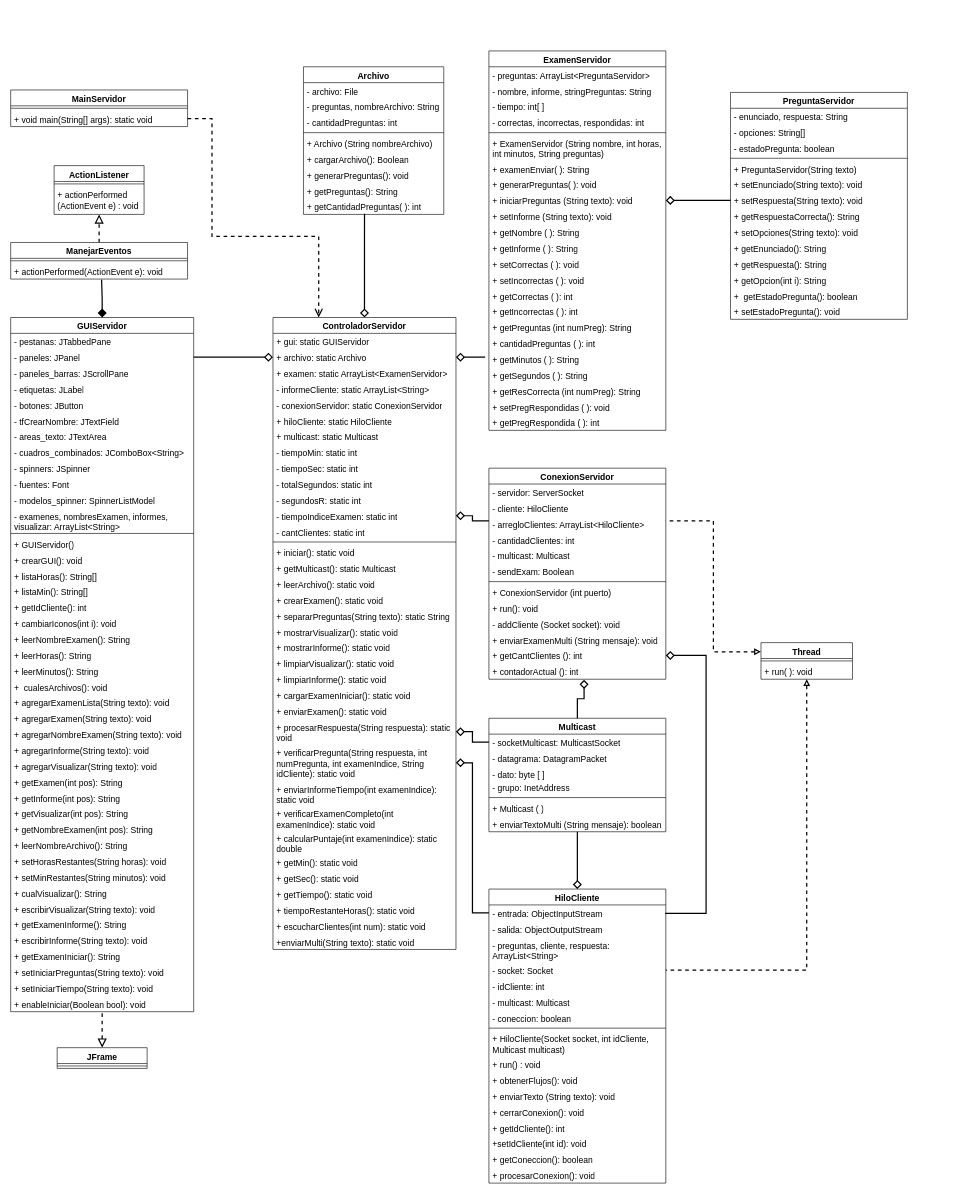
Above: Dragrama de Clases.drawio in AngieJoya99/Miniproyecto3Eventos (draw.io), before the change. Source tidied: cells renumbered, new cells numbered last; positions are measured from the earlier drawing's top-left corner, leaving out a move shared by most shapes. Both pictures are drawn from the tidied source at 61%, with x=0, y=0 at pixel (10, 51).
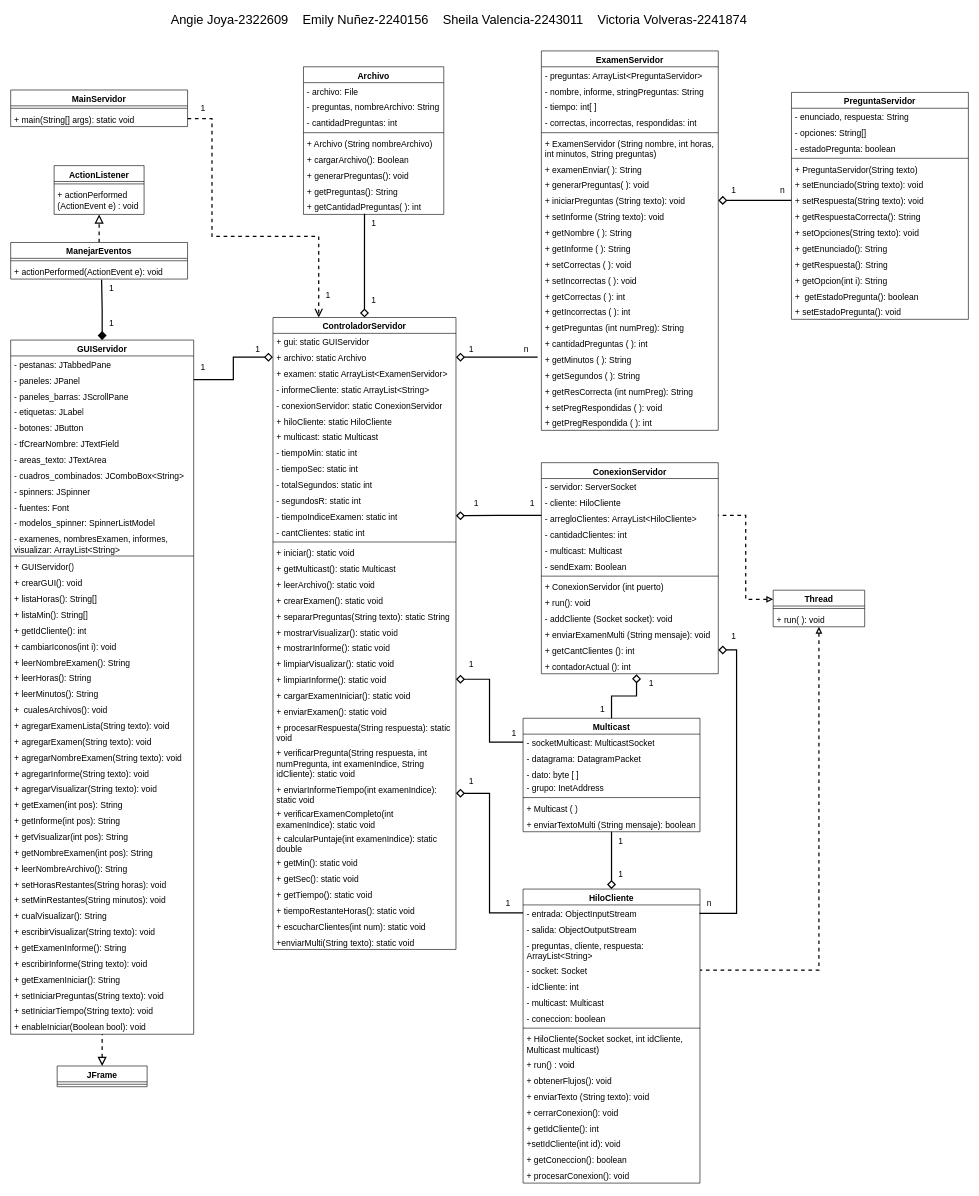
The same diagram, later.

The change refers to these unchanged cells:
```xml
<mxCell id="25" value="+ getCantClientes (): int" style="text;strokeColor=none;fillColor=none;align=left;verticalAlign=top;spacingLeft=4;spacingRight=4;overflow=hidden;points=[[0,0.5],[1,0.5]];portConstraint=eastwest;whiteSpace=wrap;html=1;fontSize=14;" parent="13" vertex="1">
  <mxGeometry y="294" width="290" height="26" as="geometry" />
</mxCell>
<mxCell id="53" value="- entrada: ObjectInputStream" style="text;strokeColor=none;fillColor=none;align=left;verticalAlign=top;spacingLeft=4;spacingRight=4;overflow=hidden;points=[[0,0.5],[1,0.5]];portConstraint=eastwest;whiteSpace=wrap;html=1;fontSize=14;" parent="52" vertex="1">
  <mxGeometry y="26" width="290" height="26" as="geometry" />
</mxCell>
<mxCell id="72" value="- socketMulticast: MulticastSocket" style="text;strokeColor=none;fillColor=none;align=left;verticalAlign=top;spacingLeft=4;spacingRight=4;overflow=hidden;points=[[0,0.5],[1,0.5]];portConstraint=eastwest;whiteSpace=wrap;html=1;fontSize=14;" parent="71" vertex="1">
  <mxGeometry y="26" width="290" height="26" as="geometry" />
</mxCell>
<mxCell id="121" value="+ limpiarInforme(): static void" style="text;strokeColor=none;fillColor=none;align=left;verticalAlign=top;spacingLeft=4;spacingRight=4;overflow=hidden;points=[[0,0.5],[1,0.5]];portConstraint=eastwest;whiteSpace=wrap;html=1;fontSize=14;" parent="98" vertex="1">
  <mxGeometry y="580" width="300" height="26" as="geometry" />
</mxCell>
<mxCell id="124" value="+ procesarRespuesta(String respuesta): static void" style="text;strokeColor=none;fillColor=none;align=left;verticalAlign=top;spacingLeft=4;spacingRight=4;overflow=hidden;points=[[0,0.5],[1,0.5]];portConstraint=eastwest;whiteSpace=wrap;html=1;fontSize=14;" parent="98" vertex="1">
  <mxGeometry y="658" width="300" height="42" as="geometry" />
</mxCell>
<mxCell id="125" value="+ verificarPregunta(String respuesta, int numPregunta, int examenIndice, String idCliente): static void" style="text;strokeColor=none;fillColor=none;align=left;verticalAlign=top;spacingLeft=4;spacingRight=4;overflow=hidden;points=[[0,0.5],[1,0.5]];portConstraint=eastwest;whiteSpace=wrap;html=1;fontSize=14;" parent="98" vertex="1">
  <mxGeometry y="700" width="300" height="60" as="geometry" />
</mxCell>
<mxCell id="126" value="+ enviarInformeTiempo(int examenIndice): static void" style="text;strokeColor=none;fillColor=none;align=left;verticalAlign=top;spacingLeft=4;spacingRight=4;overflow=hidden;points=[[0,0.5],[1,0.5]];portConstraint=eastwest;whiteSpace=wrap;html=1;fontSize=14;" parent="98" vertex="1">
  <mxGeometry y="760" width="300" height="40" as="geometry" />
</mxCell>
<mxCell id="135" value="MainServidor" style="swimlane;fontStyle=1;align=center;verticalAlign=top;horizontal=1;startSize=26;whiteSpace=wrap;html=1;fontSize=14;" parent="1" vertex="1">
  <mxGeometry y="64" width="290" height="60" as="geometry" />
</mxCell>
```

The edit, as a diff of the source:
```diff
@@
     <mxCell id="13" value="ConexionServidor" style="swimlane;fontStyle=1;align=center;verticalAlign=top;horizontal=1;startSize=26;whiteSpace=wrap;html=1;fontSize=14;" parent="1" vertex="1">
-      <mxGeometry x="784" y="684" width="290" height="346" as="geometry" />
+      <mxGeometry x="870" y="675" width="290" height="346" as="geometry" />
     </mxCell>
@@
     <mxCell id="27" value="ExamenServidor" style="swimlane;fontStyle=1;align=center;verticalAlign=top;horizontal=1;startSize=26;whiteSpace=wrap;html=1;fontSize=14;" parent="1" vertex="1">
-      <mxGeometry x="784" width="290" height="622" as="geometry" />
+      <mxGeometry x="870" width="290" height="622" as="geometry" />
     </mxCell>
@@
     <mxCell id="51" style="edgeStyle=orthogonalEdgeStyle;rounded=0;jettySize=auto;html=1;exitX=1;exitY=0.5;exitDx=0;exitDy=0;entryX=1;entryY=0.5;entryDx=0;entryDy=0;strokeWidth=2;endSize=10;endArrow=diamond;endFill=0;" parent="1" edge="1" source="53" target="25">
       <mxGeometry relative="1" as="geometry">
         <Array as="points">
-          <mxPoint x="1074" y="1414" />
-          <mxPoint x="1140" y="1414" />
-          <mxPoint x="1140" y="991" />
+          <mxPoint x="1130" y="1414" />
+          <mxPoint x="1190" y="1414" />
+          <mxPoint x="1190" y="982" />
         </Array>
       </mxGeometry>
     </mxCell>
     <mxCell id="52" value="HiloCliente" style="swimlane;fontStyle=1;align=center;verticalAlign=top;horizontal=1;startSize=26;whiteSpace=wrap;html=1;fontSize=14;" parent="1" vertex="1">
-      <mxGeometry x="784" y="1374" width="290" height="482" as="geometry" />
+      <mxGeometry x="840" y="1374" width="290" height="482" as="geometry" />
     </mxCell>
@@
     <mxCell id="71" value="Multicast" style="swimlane;fontStyle=1;align=center;verticalAlign=top;horizontal=1;startSize=26;whiteSpace=wrap;html=1;fontSize=14;" parent="1" vertex="1">
-      <mxGeometry x="784" y="1094" width="290" height="186" as="geometry" />
+      <mxGeometry x="840" y="1094" width="290" height="186" as="geometry" />
     </mxCell>
@@
     <mxCell id="79" value="PreguntaServidor" style="swimlane;fontStyle=1;align=center;verticalAlign=top;horizontal=1;startSize=26;whiteSpace=wrap;html=1;fontSize=14;" parent="1" vertex="1">
-      <mxGeometry x="1180" y="68" width="290" height="372" as="geometry" />
+      <mxGeometry x="1280" y="68" width="290" height="372" as="geometry" />
     </mxCell>
@@
-    <mxCell id="137" value="+ void main(String[] args): static void" style="text;strokeColor=none;fillColor=none;align=left;verticalAlign=top;spacingLeft=4;spacingRight=4;overflow=hidden;points=[[0,0.5],[1,0.5]];portConstraint=eastwest;whiteSpace=wrap;html=1;fontSize=14;" parent="135" vertex="1">
+    <mxCell id="137" value="+ main(String[] args): static void" style="text;strokeColor=none;fillColor=none;align=left;verticalAlign=top;spacingLeft=4;spacingRight=4;overflow=hidden;points=[[0,0.5],[1,0.5]];portConstraint=eastwest;whiteSpace=wrap;html=1;fontSize=14;" parent="135" vertex="1">
       <mxGeometry y="34" width="290" height="26" as="geometry" />
     </mxCell>
@@
     <mxCell id="140" value="Thread" style="swimlane;fontStyle=1;align=center;verticalAlign=top;horizontal=1;startSize=26;whiteSpace=wrap;html=1;fontSize=14;" parent="1" vertex="1">
-      <mxGeometry x="1230" y="970" width="150" height="60" as="geometry" />
+      <mxGeometry x="1250" y="884" width="150" height="60" as="geometry" />
     </mxCell>
@@
     <mxCell id="143" value="GUIServidor" style="swimlane;fontStyle=1;align=center;verticalAlign=top;horizontal=1;startSize=26;whiteSpace=wrap;html=1;fontSize=14;" parent="1" vertex="1">
-      <mxGeometry y="437" width="300" height="1138" as="geometry" />
+      <mxGeometry y="474" width="300" height="1138" as="geometry" />
     </mxCell>
@@
-    <mxCell id="191" style="edgeStyle=orthogonalEdgeStyle;rounded=0;jettySize=auto;html=1;exitX=0;exitY=0.5;exitDx=0;exitDy=0;entryX=1;entryY=0.5;entryDx=0;entryDy=0;endSize=10;strokeWidth=2;endArrow=diamond;endFill=0;" parent="1" edge="1" source="53" target="125">
+    <mxCell id="191" style="edgeStyle=orthogonalEdgeStyle;rounded=0;jettySize=auto;html=1;exitX=0;exitY=0.5;exitDx=0;exitDy=0;entryX=1;entryY=0.5;entryDx=0;entryDy=0;endSize=10;strokeWidth=2;endArrow=diamond;endFill=0;" parent="1" edge="1" source="53" target="126">
       <mxGeometry relative="1" as="geometry" />
     </mxCell>
@@
-    <mxCell id="194" style="edgeStyle=orthogonalEdgeStyle;rounded=0;jettySize=auto;html=1;exitX=0;exitY=0.5;exitDx=0;exitDy=0;entryX=1;entryY=0.5;entryDx=0;entryDy=0;endSize=10;strokeWidth=2;endArrow=diamond;endFill=0;" parent="1" edge="1" source="72" target="124">
+    <mxCell id="194" style="edgeStyle=orthogonalEdgeStyle;rounded=0;jettySize=auto;html=1;exitX=0;exitY=0.5;exitDx=0;exitDy=0;entryX=1;entryY=0.5;entryDx=0;entryDy=0;endSize=10;strokeWidth=2;endArrow=diamond;endFill=0;" parent="1" edge="1" source="72" target="121">
       <mxGeometry relative="1" as="geometry" />
     </mxCell>
@@
     <mxCell id="200" value="JFrame " style="swimlane;fontStyle=1;align=center;verticalAlign=top;horizontal=1;startSize=26;whiteSpace=wrap;html=1;fontSize=14;" parent="1" vertex="1">
-      <mxGeometry x="76.2" y="1634" width="147.5" height="34" as="geometry" />
+      <mxGeometry x="76.2" y="1664" width="147.5" height="34" as="geometry" />
     </mxCell>
@@
+    <mxCell id="202" value="&lt;div style=&quot;font-size: 14px;&quot;&gt;1&lt;/div&gt;" style="text;html=1;align=center;verticalAlign=middle;strokeColor=none;fillColor=none;fontSize=14;" parent="1" vertex="1">
+      <mxGeometry x="300" y="79" width="30" height="30" as="geometry" />
+    </mxCell>
+    <mxCell id="203" value="&lt;div style=&quot;font-size: 14px;&quot;&gt;1&lt;/div&gt;" style="text;html=1;align=center;verticalAlign=middle;strokeColor=none;fillColor=none;fontSize=14;" parent="1" vertex="1">
+      <mxGeometry x="505" y="385" width="30" height="30" as="geometry" />
+    </mxCell>
+    <mxCell id="204" value="&lt;div style=&quot;font-size: 14px;&quot;&gt;1&lt;/div&gt;" style="text;html=1;align=center;verticalAlign=middle;strokeColor=none;fillColor=none;fontSize=14;" parent="1" vertex="1">
+      <mxGeometry x="580" y="268" width="30" height="30" as="geometry" />
+    </mxCell>
+    <mxCell id="205" value="&lt;div style=&quot;font-size: 14px;&quot;&gt;1&lt;/div&gt;" style="text;html=1;align=center;verticalAlign=middle;strokeColor=none;fillColor=none;fontSize=14;" parent="1" vertex="1">
+      <mxGeometry x="580" y="394" width="30" height="30" as="geometry" />
+    </mxCell>
+    <mxCell id="206" value="&lt;div style=&quot;font-size: 14px;&quot;&gt;1&lt;/div&gt;" style="text;html=1;align=center;verticalAlign=middle;strokeColor=none;fillColor=none;fontSize=14;" parent="1" vertex="1">
+      <mxGeometry x="300" y="504" width="30" height="30" as="geometry" />
+    </mxCell>
+    <mxCell id="207" value="&lt;div style=&quot;font-size: 14px;&quot;&gt;1&lt;/div&gt;" style="text;html=1;align=center;verticalAlign=middle;strokeColor=none;fillColor=none;fontSize=14;" parent="1" vertex="1">
+      <mxGeometry x="390" y="474" width="30" height="30" as="geometry" />
+    </mxCell>
+    <mxCell id="208" value="&lt;div style=&quot;font-size: 14px;&quot;&gt;1&lt;/div&gt;" style="text;html=1;align=center;verticalAlign=middle;strokeColor=none;fillColor=none;fontSize=14;" parent="1" vertex="1">
+      <mxGeometry x="740" y="474" width="30" height="30" as="geometry" />
+    </mxCell>
+    <mxCell id="209" value="n" style="text;html=1;align=center;verticalAlign=middle;strokeColor=none;fillColor=none;fontSize=14;" parent="1" vertex="1">
+      <mxGeometry x="830" y="474" width="30" height="30" as="geometry" />
+    </mxCell>
+    <mxCell id="210" value="&lt;div style=&quot;font-size: 14px;&quot;&gt;1&lt;/div&gt;" style="text;html=1;align=center;verticalAlign=middle;strokeColor=none;fillColor=none;fontSize=14;" parent="1" vertex="1">
+      <mxGeometry x="748" y="727" width="30" height="30" as="geometry" />
+    </mxCell>
+    <mxCell id="211" value="&lt;div style=&quot;font-size: 14px;&quot;&gt;1&lt;/div&gt;" style="text;html=1;align=center;verticalAlign=middle;strokeColor=none;fillColor=none;fontSize=14;" parent="1" vertex="1">
+      <mxGeometry x="840" y="727" width="30" height="30" as="geometry" />
+    </mxCell>
+    <mxCell id="212" value="&lt;div style=&quot;font-size: 14px;&quot;&gt;1&lt;/div&gt;" style="text;html=1;align=center;verticalAlign=middle;strokeColor=none;fillColor=none;fontSize=14;" parent="1" vertex="1">
+      <mxGeometry x="1170" y="213" width="30" height="30" as="geometry" />
+    </mxCell>
+    <mxCell id="213" value="n" style="text;html=1;align=center;verticalAlign=middle;strokeColor=none;fillColor=none;fontSize=14;" parent="1" vertex="1">
+      <mxGeometry x="1250" y="213" width="30" height="30" as="geometry" />
+    </mxCell>
+    <mxCell id="214" value="&lt;font style=&quot;font-size: 14px;&quot;&gt;1&lt;/font&gt;" style="text;html=1;align=center;verticalAlign=middle;strokeColor=none;fillColor=none;" parent="1" vertex="1">
+      <mxGeometry x="1170" y="944" width="30" height="30" as="geometry" />
+    </mxCell>
+    <mxCell id="215" value="&lt;font style=&quot;font-size: 14px;&quot;&gt;n&lt;/font&gt;" style="text;html=1;align=center;verticalAlign=middle;strokeColor=none;fillColor=none;" parent="1" vertex="1">
+      <mxGeometry x="1130" y="1382" width="30" height="30" as="geometry" />
+    </mxCell>
+    <mxCell id="216" value="&lt;font style=&quot;font-size: 14px;&quot;&gt;1&lt;/font&gt;" style="text;html=1;align=center;verticalAlign=middle;strokeColor=none;fillColor=none;" parent="1" vertex="1">
+      <mxGeometry x="985" y="1280" width="30" height="30" as="geometry" />
+    </mxCell>
+    <mxCell id="217" value="&lt;font style=&quot;font-size: 14px;&quot;&gt;1&lt;/font&gt;" style="text;html=1;align=center;verticalAlign=middle;strokeColor=none;fillColor=none;" parent="1" vertex="1">
+      <mxGeometry x="985" y="1334" width="30" height="30" as="geometry" />
+    </mxCell>
+    <mxCell id="218" value="&lt;font style=&quot;font-size: 14px;&quot;&gt;1&lt;/font&gt;" style="text;html=1;align=center;verticalAlign=middle;strokeColor=none;fillColor=none;" parent="1" vertex="1">
+      <mxGeometry x="800" y="1382" width="30" height="30" as="geometry" />
+    </mxCell>
+    <mxCell id="219" value="&lt;font style=&quot;font-size: 14px;&quot;&gt;1&lt;/font&gt;" style="text;html=1;align=center;verticalAlign=middle;strokeColor=none;fillColor=none;" parent="1" vertex="1">
+      <mxGeometry x="740" y="1182" width="30" height="30" as="geometry" />
+    </mxCell>
+    <mxCell id="220" value="&lt;font style=&quot;font-size: 14px;&quot;&gt;1&lt;/font&gt;" style="text;html=1;align=center;verticalAlign=middle;strokeColor=none;fillColor=none;" parent="1" vertex="1">
+      <mxGeometry x="810" y="1104" width="30" height="30" as="geometry" />
+    </mxCell>
+    <mxCell id="221" value="&lt;font style=&quot;font-size: 14px;&quot;&gt;1&lt;/font&gt;" style="text;html=1;align=center;verticalAlign=middle;strokeColor=none;fillColor=none;" parent="1" vertex="1">
+      <mxGeometry x="740" y="991" width="30" height="30" as="geometry" />
+    </mxCell>
+    <mxCell id="222" value="&lt;font style=&quot;font-size: 14px;&quot;&gt;1&lt;/font&gt;" style="text;html=1;align=center;verticalAlign=middle;strokeColor=none;fillColor=none;" parent="1" vertex="1">
+      <mxGeometry x="150" y="374" width="30" height="30" as="geometry" />
+    </mxCell>
+    <mxCell id="223" value="&lt;font style=&quot;font-size: 14px;&quot;&gt;1&lt;/font&gt;" style="text;html=1;align=center;verticalAlign=middle;strokeColor=none;fillColor=none;" parent="1" vertex="1">
+      <mxGeometry x="150" y="432" width="30" height="30" as="geometry" />
+    </mxCell>
+    <mxCell id="224" value="Angie Joya-2322609&amp;nbsp;&amp;nbsp; &amp;nbsp;Emily Nuñez-2240156&amp;nbsp;&amp;nbsp; &amp;nbsp;Sheila Valencia-2243011&amp;nbsp;&amp;nbsp; &amp;nbsp;Victoria Volveras-2241874" style="text;html=1;strokeColor=none;fillColor=none;align=center;verticalAlign=middle;whiteSpace=wrap;rounded=0;fontSize=21;" parent="1" vertex="1">
+      <mxGeometry x="10" y="-66" width="1450" height="30" as="geometry" />
+    </mxCell>
+    <mxCell id="225" value="&lt;font style=&quot;font-size: 14px;&quot;&gt;1&lt;/font&gt;" style="text;html=1;align=center;verticalAlign=middle;strokeColor=none;fillColor=none;fontSize=14;" parent="1" vertex="1">
+      <mxGeometry x="1035" y="1021" width="30" height="30" as="geometry" />
+    </mxCell>
+    <mxCell id="226" value="&lt;font style=&quot;font-size: 14px;&quot;&gt;1&lt;/font&gt;" style="text;html=1;align=center;verticalAlign=middle;strokeColor=none;fillColor=none;fontSize=14;" parent="1" vertex="1">
+      <mxGeometry x="955" y="1064" width="30" height="30" as="geometry" />
+    </mxCell>
```
